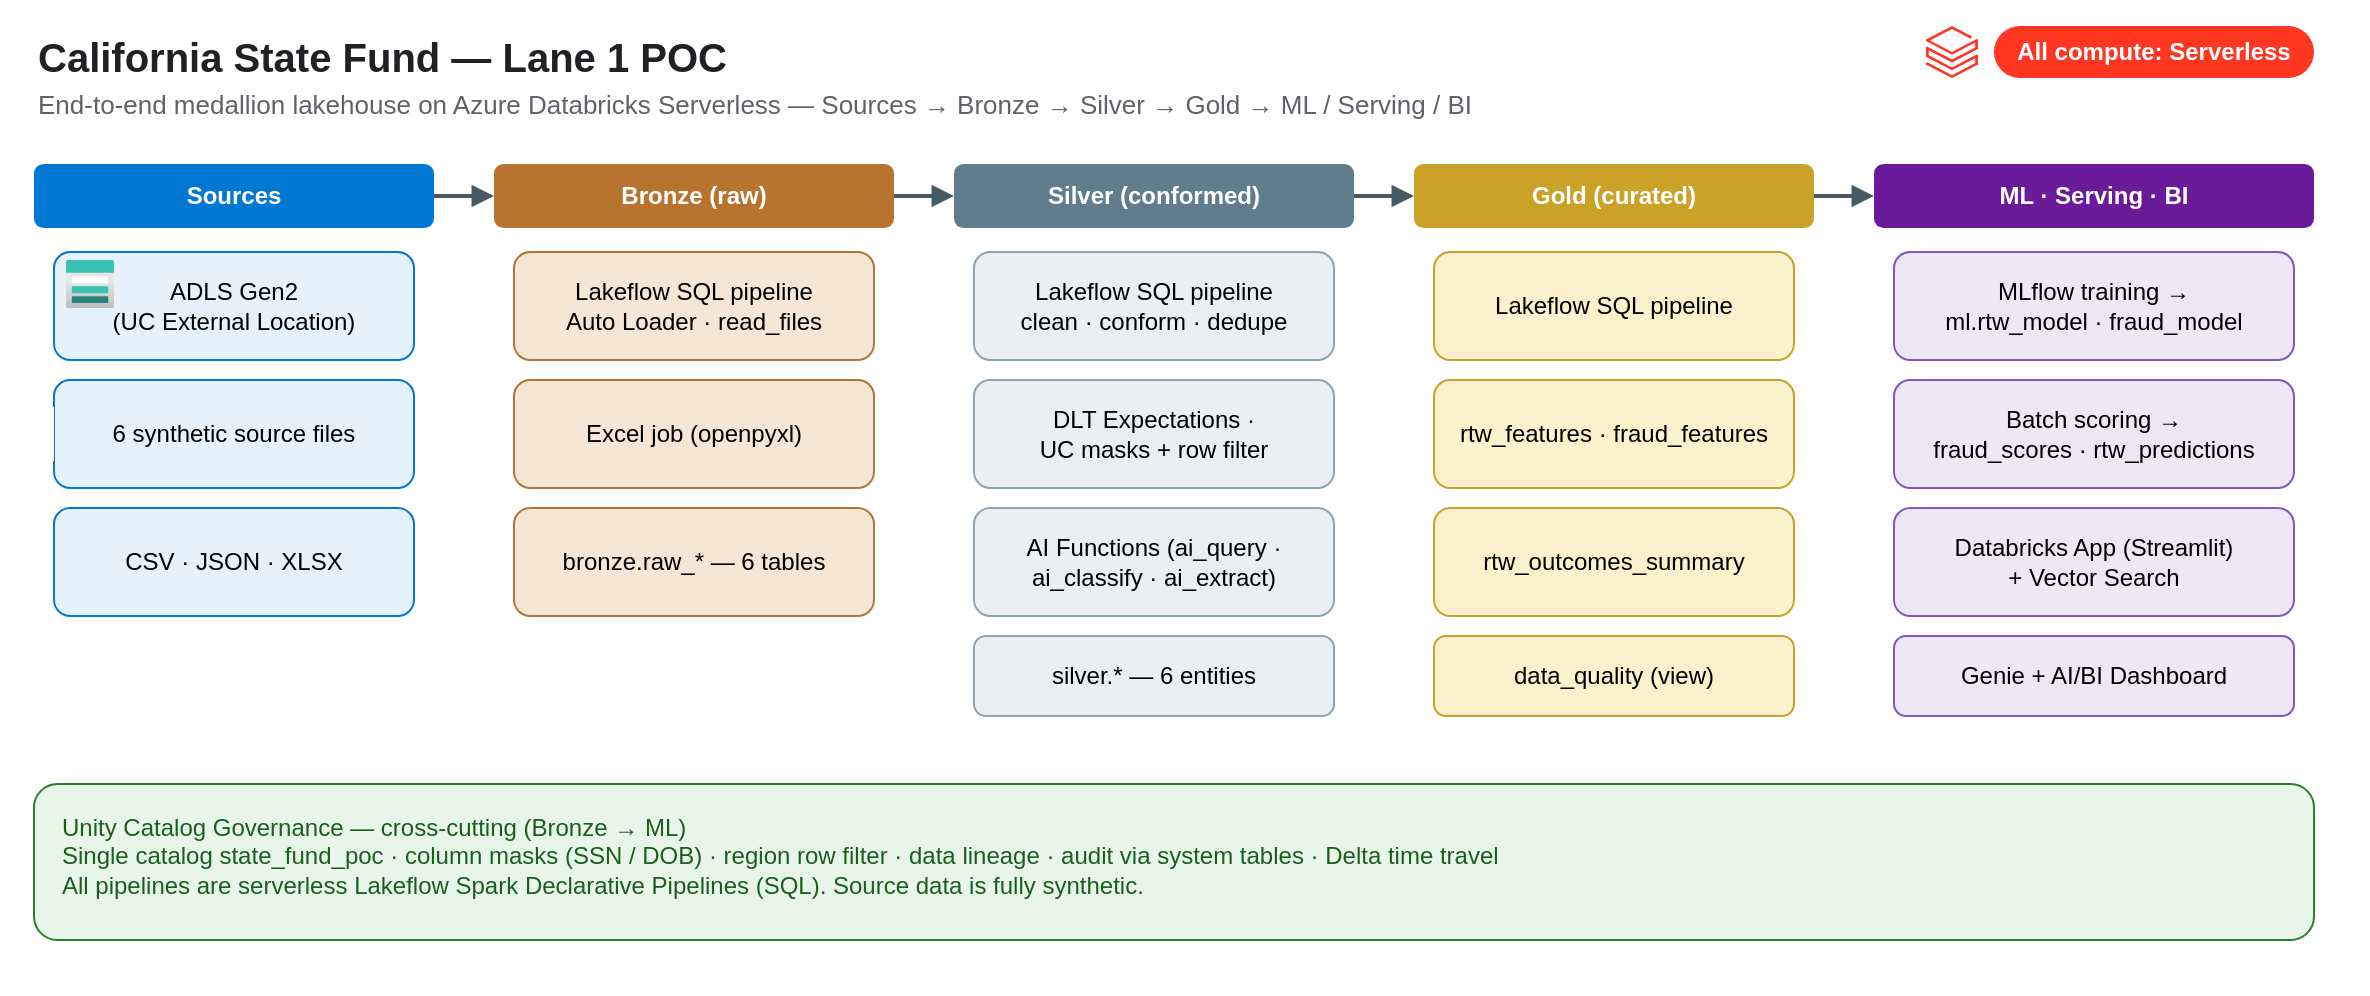
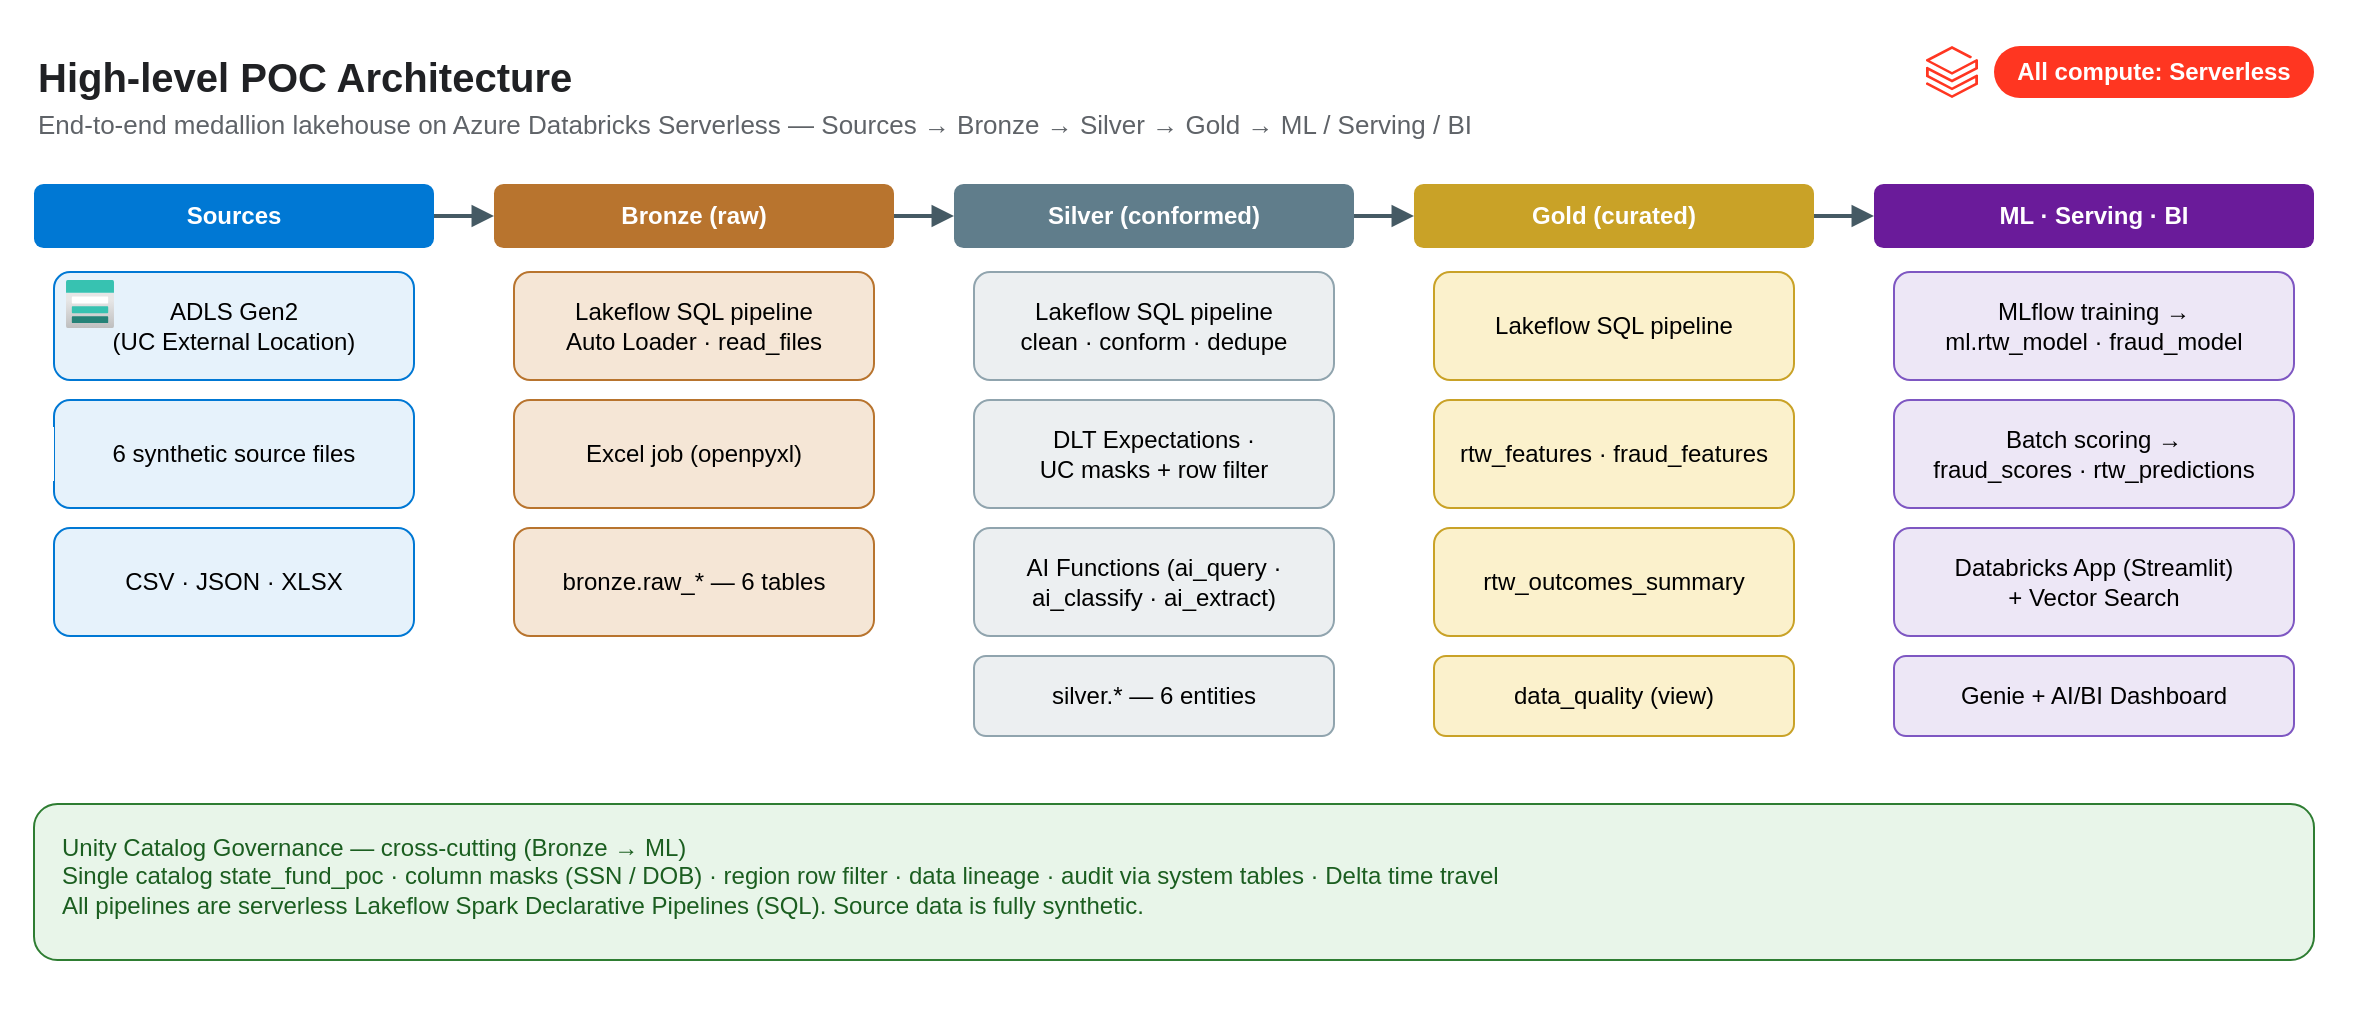
<mxfile host="65bd71144e">
    <diagram id="medallion-architecture" name="Medallion Architecture">
-         <mxGraphModel dx="688" dy="491" grid="0" gridSize="10" guides="1" tooltips="1" connect="1" arrows="1" fold="1" page="1" pageScale="1" pageWidth="1180" pageHeight="500" background="#ffffff" math="0" shadow="0">
+         <mxGraphModel dx="530" dy="991" grid="0" gridSize="10" guides="1" tooltips="1" connect="1" arrows="1" fold="1" page="1" pageScale="1" pageWidth="1180" pageHeight="500" background="#ffffff" math="0" shadow="0">
            <root>
                <mxCell id="0"/>
                <mxCell id="1" parent="0"/>
-                 <mxCell id="title" value="California State Fund — Lane 1 POC" style="text;html=1;align=left;verticalAlign=middle;fontSize=20;fontStyle=1;fontColor=#202124;" parent="1" vertex="1">
+                 <mxCell id="title" value="High-level POC Architecture" style="text;html=1;align=left;verticalAlign=middle;fontSize=20;fontStyle=1;fontColor=#202124;" parent="1" vertex="1">
                    <mxGeometry x="20" y="14" width="700" height="28" as="geometry"/>
                </mxCell>
                <mxCell id="subtitle" value="End-to-end medallion lakehouse on Azure Databricks Serverless — Sources → Bronze → Silver → Gold → ML / Serving / BI" style="text;html=1;align=left;verticalAlign=middle;fontSize=13;fontColor=#5F6368;" parent="1" vertex="1">
                    <mxGeometry x="20" y="42" width="900" height="20" as="geometry"/>
                </mxCell>
                <mxCell id="badge" value="All compute: Serverless" style="rounded=1;arcSize=50;whiteSpace=wrap;html=1;fillColor=#FF3621;strokeColor=none;fontColor=#FFFFFF;fontStyle=1;" parent="1" vertex="1">
                    <mxGeometry x="1000" y="13" width="160" height="26" as="geometry"/>
                </mxCell>
                <mxCell id="h_src" value="Sources" style="rounded=1;whiteSpace=wrap;html=1;fillColor=#0078D4;strokeColor=none;fontColor=#FFFFFF;fontStyle=1;" parent="1" vertex="1">
                    <mxGeometry x="20" y="82" width="200" height="32" as="geometry"/>
                </mxCell>
                <mxCell id="src1" value="ADLS Gen2&#xa;(UC External Location)" style="rounded=1;whiteSpace=wrap;html=1;fillColor=#E6F2FB;strokeColor=#0078D4;" parent="1" vertex="1">
                    <mxGeometry x="30" y="126" width="180" height="54" as="geometry"/>
                </mxCell>
                <mxCell id="src2" value="6 synthetic source files" style="rounded=1;whiteSpace=wrap;html=1;fillColor=#E6F2FB;strokeColor=#0078D4;" parent="1" vertex="1">
                    <mxGeometry x="30" y="190" width="180" height="54" as="geometry"/>
                </mxCell>
                <mxCell id="src3" value="CSV · JSON · XLSX" style="rounded=1;whiteSpace=wrap;html=1;fillColor=#E6F2FB;strokeColor=#0078D4;" parent="1" vertex="1">
                    <mxGeometry x="30" y="254" width="180" height="54" as="geometry"/>
                </mxCell>
                <mxCell id="h_brz" value="Bronze (raw)" style="rounded=1;whiteSpace=wrap;html=1;fillColor=#B8742E;strokeColor=none;fontColor=#FFFFFF;fontStyle=1;" parent="1" vertex="1">
                    <mxGeometry x="250" y="82" width="200" height="32" as="geometry"/>
                </mxCell>
                <mxCell id="brz1" value="Lakeflow SQL pipeline&#xa;Auto Loader · read_files" style="rounded=1;whiteSpace=wrap;html=1;fillColor=#F5E6D6;strokeColor=#B8742E;" parent="1" vertex="1">
                    <mxGeometry x="260" y="126" width="180" height="54" as="geometry"/>
                </mxCell>
                <mxCell id="brz2" value="Excel job (openpyxl)" style="rounded=1;whiteSpace=wrap;html=1;fillColor=#F5E6D6;strokeColor=#B8742E;" parent="1" vertex="1">
                    <mxGeometry x="260" y="190" width="180" height="54" as="geometry"/>
                </mxCell>
                <mxCell id="brz3" value="bronze.raw_* — 6 tables" style="rounded=1;whiteSpace=wrap;html=1;fillColor=#F5E6D6;strokeColor=#B8742E;" parent="1" vertex="1">
                    <mxGeometry x="260" y="254" width="180" height="54" as="geometry"/>
                </mxCell>
                <mxCell id="h_slv" value="Silver (conformed)" style="rounded=1;whiteSpace=wrap;html=1;fillColor=#607D8B;strokeColor=none;fontColor=#FFFFFF;fontStyle=1;" parent="1" vertex="1">
                    <mxGeometry x="480" y="82" width="200" height="32" as="geometry"/>
                </mxCell>
                <mxCell id="slv1" value="Lakeflow SQL pipeline&#xa;clean · conform · dedupe" style="rounded=1;whiteSpace=wrap;html=1;fillColor=#ECEFF1;strokeColor=#90A4AE;" parent="1" vertex="1">
                    <mxGeometry x="490" y="126" width="180" height="54" as="geometry"/>
                </mxCell>
                <mxCell id="slv2" value="DLT Expectations ·&#xa;UC masks + row filter" style="rounded=1;whiteSpace=wrap;html=1;fillColor=#ECEFF1;strokeColor=#90A4AE;" parent="1" vertex="1">
                    <mxGeometry x="490" y="190" width="180" height="54" as="geometry"/>
                </mxCell>
                <mxCell id="slv3" value="AI Functions (ai_query ·&#xa;ai_classify · ai_extract)" style="rounded=1;whiteSpace=wrap;html=1;fillColor=#ECEFF1;strokeColor=#90A4AE;" parent="1" vertex="1">
                    <mxGeometry x="490" y="254" width="180" height="54" as="geometry"/>
                </mxCell>
                <mxCell id="slv4" value="silver.* — 6 entities" style="rounded=1;whiteSpace=wrap;html=1;fillColor=#ECEFF1;strokeColor=#90A4AE;" parent="1" vertex="1">
                    <mxGeometry x="490" y="318" width="180" height="40" as="geometry"/>
                </mxCell>
                <mxCell id="h_gld" value="Gold (curated)" style="rounded=1;whiteSpace=wrap;html=1;fillColor=#C9A227;strokeColor=none;fontColor=#FFFFFF;fontStyle=1;" parent="1" vertex="1">
                    <mxGeometry x="710" y="82" width="200" height="32" as="geometry"/>
                </mxCell>
                <mxCell id="gld1" value="Lakeflow SQL pipeline" style="rounded=1;whiteSpace=wrap;html=1;fillColor=#FBF1CC;strokeColor=#C9A227;" parent="1" vertex="1">
                    <mxGeometry x="720" y="126" width="180" height="54" as="geometry"/>
                </mxCell>
                <mxCell id="gld2" value="rtw_features · fraud_features" style="rounded=1;whiteSpace=wrap;html=1;fillColor=#FBF1CC;strokeColor=#C9A227;" parent="1" vertex="1">
                    <mxGeometry x="720" y="190" width="180" height="54" as="geometry"/>
                </mxCell>
                <mxCell id="gld3" value="rtw_outcomes_summary" style="rounded=1;whiteSpace=wrap;html=1;fillColor=#FBF1CC;strokeColor=#C9A227;" parent="1" vertex="1">
                    <mxGeometry x="720" y="254" width="180" height="54" as="geometry"/>
                </mxCell>
                <mxCell id="gld4" value="data_quality (view)" style="rounded=1;whiteSpace=wrap;html=1;fillColor=#FBF1CC;strokeColor=#C9A227;" parent="1" vertex="1">
                    <mxGeometry x="720" y="318" width="180" height="40" as="geometry"/>
                </mxCell>
                <mxCell id="h_ml" value="ML · Serving · BI" style="rounded=1;whiteSpace=wrap;html=1;fillColor=#6A1B9A;strokeColor=none;fontColor=#FFFFFF;fontStyle=1;" parent="1" vertex="1">
                    <mxGeometry x="940" y="82" width="220" height="32" as="geometry"/>
                </mxCell>
                <mxCell id="ml1" value="MLflow training →&#xa;ml.rtw_model · fraud_model" style="rounded=1;whiteSpace=wrap;html=1;fillColor=#EDE7F6;strokeColor=#7E57C2;" parent="1" vertex="1">
                    <mxGeometry x="950" y="126" width="200" height="54" as="geometry"/>
                </mxCell>
                <mxCell id="ml2" value="Batch scoring →&#xa;fraud_scores · rtw_predictions" style="rounded=1;whiteSpace=wrap;html=1;fillColor=#EDE7F6;strokeColor=#7E57C2;" parent="1" vertex="1">
                    <mxGeometry x="950" y="190" width="200" height="54" as="geometry"/>
                </mxCell>
                <mxCell id="ml3" value="Databricks App (Streamlit)&#xa;+ Vector Search" style="rounded=1;whiteSpace=wrap;html=1;fillColor=#EDE7F6;strokeColor=#7E57C2;" parent="1" vertex="1">
                    <mxGeometry x="950" y="254" width="200" height="54" as="geometry"/>
                </mxCell>
                <mxCell id="ml4" value="Genie + AI/BI Dashboard" style="rounded=1;whiteSpace=wrap;html=1;fillColor=#EDE7F6;strokeColor=#7E57C2;" parent="1" vertex="1">
                    <mxGeometry x="950" y="318" width="200" height="40" as="geometry"/>
                </mxCell>
                <mxCell id="gov" value="Unity Catalog Governance — cross-cutting (Bronze → ML)&#xa;Single catalog state_fund_poc · column masks (SSN / DOB) · region row filter · data lineage · audit via system tables · Delta time travel&#xa;All pipelines are serverless Lakeflow Spark Declarative Pipelines (SQL). Source data is fully synthetic." style="rounded=1;whiteSpace=wrap;html=1;align=left;verticalAlign=top;spacingLeft=12;spacingTop=8;fillColor=#E8F5E9;strokeColor=#2E7D32;fontColor=#1B5E20;" parent="1" vertex="1">
                    <mxGeometry x="20" y="392" width="1140" height="78" as="geometry"/>
                </mxCell>
                <mxCell id="e1" style="edgeStyle=none;rounded=0;html=1;endArrow=block;strokeColor=#455A64;strokeWidth=2;" parent="1" source="h_src" target="h_brz" edge="1">
                    <mxGeometry relative="1" as="geometry"/>
                </mxCell>
                <mxCell id="e2" style="edgeStyle=none;rounded=0;html=1;endArrow=block;strokeColor=#455A64;strokeWidth=2;" parent="1" source="h_brz" target="h_slv" edge="1">
                    <mxGeometry relative="1" as="geometry"/>
                </mxCell>
                <mxCell id="e3" style="edgeStyle=none;rounded=0;html=1;endArrow=block;strokeColor=#455A64;strokeWidth=2;" parent="1" source="h_slv" target="h_gld" edge="1">
                    <mxGeometry relative="1" as="geometry"/>
                </mxCell>
                <mxCell id="e4" style="edgeStyle=none;rounded=0;html=1;endArrow=block;strokeColor=#455A64;strokeWidth=2;" parent="1" source="h_gld" target="h_ml" edge="1">
                    <mxGeometry relative="1" as="geometry"/>
                </mxCell>
                <mxCell id="ico_adls" value="" style="shape=image;html=1;verticalAlign=top;aspect=fixed;imageAspect=0;image=img/lib/azure2/storage/Storage_Accounts.svg;" parent="1" vertex="1">
                    <mxGeometry x="36" y="130" width="24" height="24" as="geometry"/>
                </mxCell>
                <mxCell id="ico_dbx" value="" style="shape=image;html=1;verticalAlign=top;aspect=fixed;imageAspect=0;image=img/lib/azure2/analytics/Azure_Databricks.svg;" parent="1" vertex="1">
                    <mxGeometry x="966" y="13" width="26" height="26" as="geometry"/>
                </mxCell>
-                 <mxCell id="3" value="" style="whiteSpace=wrap;html=1;aspect=fixed;strokeColor=none;" vertex="1" parent="1">
+                 <mxCell id="3" value="" style="whiteSpace=wrap;html=1;aspect=fixed;strokeColor=none;" parent="1" vertex="1">
                    <mxGeometry x="3" y="203.5" width="27" height="27" as="geometry"/>
                </mxCell>
-                 <mxCell id="4" value="" style="whiteSpace=wrap;html=1;aspect=fixed;strokeColor=none;" vertex="1" parent="1">
+                 <mxCell id="4" value="" style="whiteSpace=wrap;html=1;aspect=fixed;strokeColor=none;" parent="1" vertex="1">
                    <mxGeometry x="387" y="476" width="21" height="21" as="geometry"/>
                </mxCell>
-                 <mxCell id="5" value="" style="whiteSpace=wrap;html=1;aspect=fixed;strokeColor=none;" vertex="1" parent="1">
+                 <mxCell id="5" value="" style="whiteSpace=wrap;html=1;aspect=fixed;strokeColor=none;" parent="1" vertex="1">
                    <mxGeometry x="1167" y="413" width="20" height="20" as="geometry"/>
                </mxCell>
-                 <mxCell id="6" value="" style="whiteSpace=wrap;html=1;aspect=fixed;strokeColor=none;" vertex="1" parent="1">
-                     <mxGeometry x="1040" width="10" height="10" as="geometry"/>
+                 <mxCell id="6" value="" style="whiteSpace=wrap;html=1;aspect=fixed;strokeColor=none;" parent="1" vertex="1">
+                     <mxGeometry x="1040" y="-10" width="20" height="20" as="geometry"/>
                </mxCell>
            </root>
        </mxGraphModel>
    </diagram>
</mxfile>